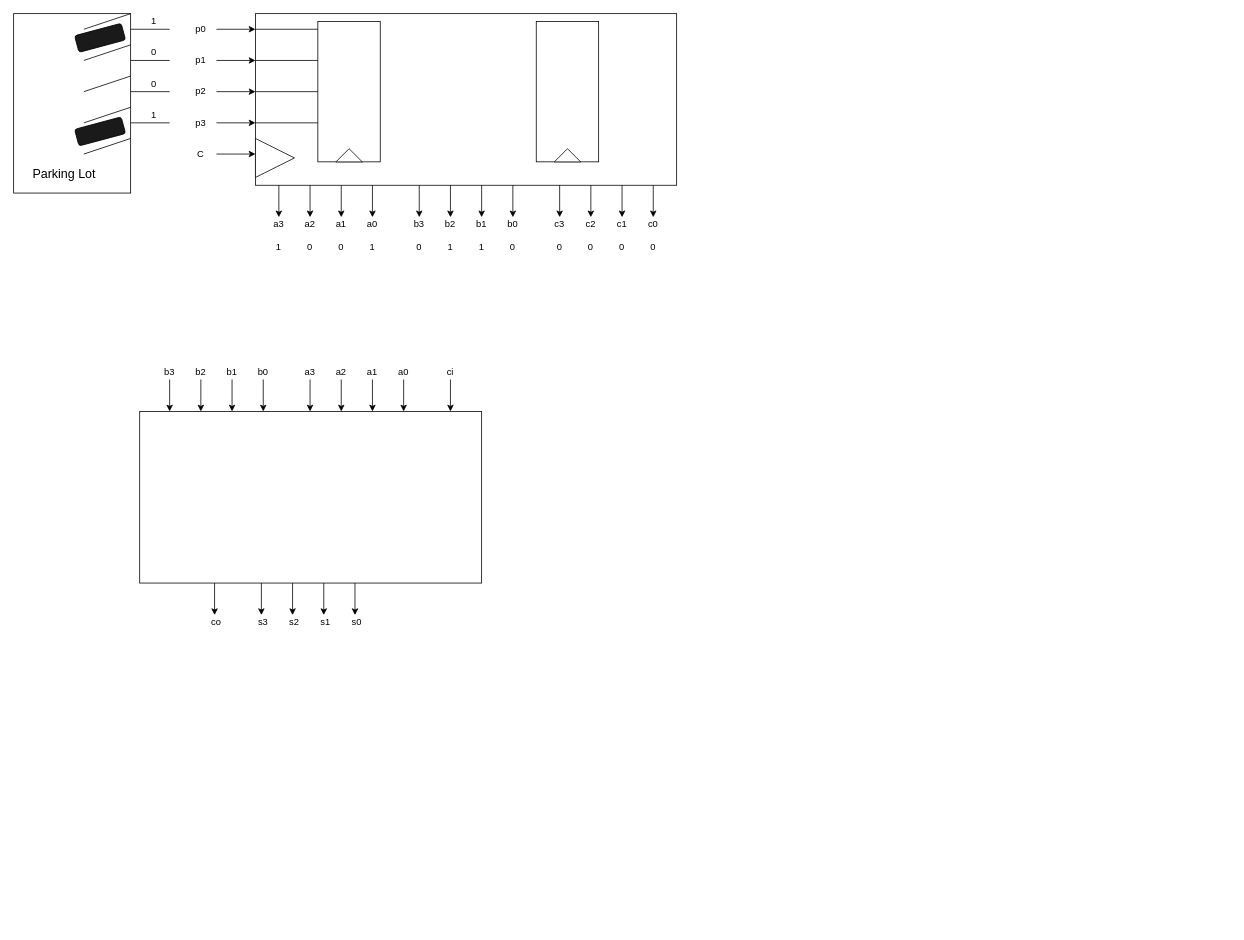
The draw.io diagram Vacancy.drawio in nokur15/nokur.icha, before the edit. Source tidied: cells renumbered, new cells numbered last; positions are measured from the earlier drawing's top-left corner, leaving out a move shared by most shapes. Both pictures are drawn from the tidied source at 78%, with x=0, y=0 at pixel (13, 13).
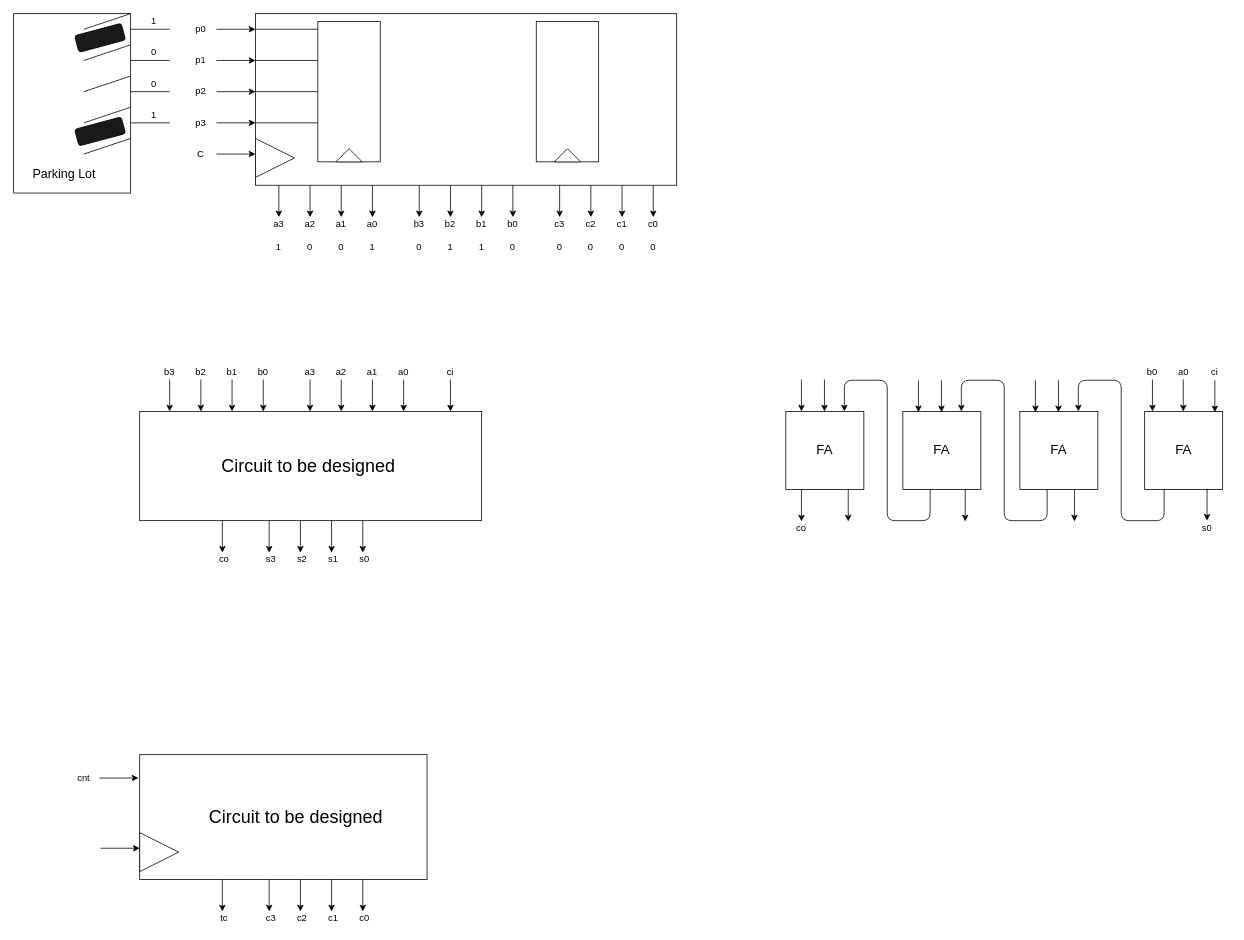
Above is the later version.

The edit, as a diff of the source:
```diff
@@
     <mxCell id="75" style="rounded=0;whiteSpace=wrap;html=1;" parent="1" vertex="1">
-      <mxGeometry x="161.6" y="510" width="438.4" height="220" as="geometry" />
+      <mxGeometry x="161.6" y="510" width="438.4" height="140" as="geometry" />
     </mxCell>
@@
     <mxCell id="85" style="endArrow=classic;html=1;exitX=0.038;exitY=0.997;exitDx=0;exitDy=0;exitPerimeter=0;" parent="1" edge="1">
       <mxGeometry relative="1" as="geometry">
-        <mxPoint x="257.6" y="730" as="sourcePoint" />
-        <mxPoint x="257.6" y="771" as="targetPoint" />
+        <mxPoint x="267.6" y="650" as="sourcePoint" />
+        <mxPoint x="267.6" y="691" as="targetPoint" />
       </mxGeometry>
     </mxCell>
     <mxCell id="86" style="endArrow=classic;html=1;exitX=0.038;exitY=0.997;exitDx=0;exitDy=0;exitPerimeter=0;" parent="1" edge="1">
       <mxGeometry relative="1" as="geometry">
-        <mxPoint x="317.6" y="730" as="sourcePoint" />
-        <mxPoint x="317.6" y="771" as="targetPoint" />
+        <mxPoint x="327.6" y="650" as="sourcePoint" />
+        <mxPoint x="327.6" y="691" as="targetPoint" />
       </mxGeometry>
     </mxCell>
     <mxCell id="87" style="endArrow=classic;html=1;exitX=0.038;exitY=0.997;exitDx=0;exitDy=0;exitPerimeter=0;" parent="1" edge="1">
       <mxGeometry relative="1" as="geometry">
-        <mxPoint x="357.6" y="730" as="sourcePoint" />
-        <mxPoint x="357.6" y="771" as="targetPoint" />
+        <mxPoint x="367.6" y="650" as="sourcePoint" />
+        <mxPoint x="367.6" y="691" as="targetPoint" />
       </mxGeometry>
     </mxCell>
     <mxCell id="88" style="endArrow=classic;html=1;exitX=0.038;exitY=0.997;exitDx=0;exitDy=0;exitPerimeter=0;" parent="1" edge="1">
       <mxGeometry relative="1" as="geometry">
-        <mxPoint x="397.6" y="730" as="sourcePoint" />
-        <mxPoint x="397.6" y="771" as="targetPoint" />
+        <mxPoint x="407.6" y="650" as="sourcePoint" />
+        <mxPoint x="407.6" y="691" as="targetPoint" />
       </mxGeometry>
     </mxCell>
     <mxCell id="89" style="endArrow=classic;html=1;exitX=0.038;exitY=0.997;exitDx=0;exitDy=0;exitPerimeter=0;" parent="1" edge="1">
       <mxGeometry relative="1" as="geometry">
-        <mxPoint x="437.6" y="730" as="sourcePoint" />
-        <mxPoint x="437.6" y="771" as="targetPoint" />
+        <mxPoint x="447.6" y="650" as="sourcePoint" />
+        <mxPoint x="447.6" y="691" as="targetPoint" />
       </mxGeometry>
     </mxCell>
@@
     <mxCell id="99" value="co" style="text;html=1;strokeColor=none;fillColor=none;align=center;verticalAlign=middle;whiteSpace=wrap;rounded=0;" parent="1" vertex="1">
-      <mxGeometry x="240" y="770" width="40" height="20" as="geometry" />
+      <mxGeometry x="250" y="690" width="40" height="20" as="geometry" />
     </mxCell>
     <mxCell id="100" value="s3" style="text;html=1;strokeColor=none;fillColor=none;align=center;verticalAlign=middle;whiteSpace=wrap;rounded=0;" parent="1" vertex="1">
-      <mxGeometry x="300" y="770" width="40" height="20" as="geometry" />
+      <mxGeometry x="310" y="690" width="40" height="20" as="geometry" />
     </mxCell>
     <mxCell id="101" value="s2" style="text;html=1;strokeColor=none;fillColor=none;align=center;verticalAlign=middle;whiteSpace=wrap;rounded=0;" parent="1" vertex="1">
-      <mxGeometry x="340" y="770" width="40" height="20" as="geometry" />
+      <mxGeometry x="350" y="690" width="40" height="20" as="geometry" />
     </mxCell>
     <mxCell id="102" value="s1" style="text;html=1;strokeColor=none;fillColor=none;align=center;verticalAlign=middle;whiteSpace=wrap;rounded=0;" parent="1" vertex="1">
-      <mxGeometry x="380" y="770" width="40" height="20" as="geometry" />
+      <mxGeometry x="390" y="690" width="40" height="20" as="geometry" />
     </mxCell>
     <mxCell id="103" value="s0" style="text;html=1;strokeColor=none;fillColor=none;align=center;verticalAlign=middle;whiteSpace=wrap;rounded=0;" parent="1" vertex="1">
-      <mxGeometry x="420" y="770" width="40" height="20" as="geometry" />
+      <mxGeometry x="430" y="690" width="40" height="20" as="geometry" />
     </mxCell>
+    <mxCell id="104" value="&lt;font style=&quot;font-size: 23px&quot;&gt;Circuit to be designed&lt;/font&gt;" style="text;html=1;strokeColor=none;fillColor=none;align=center;verticalAlign=middle;whiteSpace=wrap;rounded=0;" parent="1" vertex="1">
+      <mxGeometry x="240" y="520" width="276" height="120" as="geometry" />
+    </mxCell>
+    <mxCell id="105" style="whiteSpace=wrap;html=1;strokeColor=#000000;fillColor=#ffffff;" parent="1" vertex="1">
+      <mxGeometry x="990" y="510" width="100" height="100" as="geometry" />
+    </mxCell>
+    <mxCell id="106" style="whiteSpace=wrap;html=1;strokeColor=#000000;fillColor=#ffffff;" parent="1" vertex="1">
+      <mxGeometry x="1140" y="510" width="100" height="100" as="geometry" />
+    </mxCell>
+    <mxCell id="107" style="whiteSpace=wrap;html=1;strokeColor=#000000;fillColor=#ffffff;" parent="1" vertex="1">
+      <mxGeometry x="1290" y="510" width="100" height="100" as="geometry" />
+    </mxCell>
+    <mxCell id="108" style="whiteSpace=wrap;html=1;strokeColor=#000000;fillColor=#ffffff;" parent="1" vertex="1">
+      <mxGeometry x="1450" y="510" width="100" height="100" as="geometry" />
+    </mxCell>
+    <mxCell id="109" style="endArrow=classic;html=1;exitX=0.038;exitY=0.997;exitDx=0;exitDy=0;exitPerimeter=0;" parent="1" edge="1">
+      <mxGeometry relative="1" as="geometry">
+        <mxPoint x="1010" y="469" as="sourcePoint" />
+        <mxPoint x="1010" y="510" as="targetPoint" />
+      </mxGeometry>
+    </mxCell>
+    <mxCell id="110" style="endArrow=classic;html=1;exitX=0.038;exitY=0.997;exitDx=0;exitDy=0;exitPerimeter=0;" parent="1" edge="1">
+      <mxGeometry relative="1" as="geometry">
+        <mxPoint x="1039.5" y="469" as="sourcePoint" />
+        <mxPoint x="1039.5" y="510" as="targetPoint" />
+      </mxGeometry>
+    </mxCell>
+    <mxCell id="111" style="endArrow=classic;html=1;exitX=0.038;exitY=0.997;exitDx=0;exitDy=0;exitPerimeter=0;" parent="1" edge="1">
+      <mxGeometry relative="1" as="geometry">
+        <mxPoint x="1160" y="470" as="sourcePoint" />
+        <mxPoint x="1160" y="511" as="targetPoint" />
+      </mxGeometry>
+    </mxCell>
+    <mxCell id="112" style="endArrow=classic;html=1;exitX=0.038;exitY=0.997;exitDx=0;exitDy=0;exitPerimeter=0;" parent="1" edge="1">
+      <mxGeometry relative="1" as="geometry">
+        <mxPoint x="1189.5" y="470" as="sourcePoint" />
+        <mxPoint x="1189.5" y="511" as="targetPoint" />
+      </mxGeometry>
+    </mxCell>
+    <mxCell id="113" style="endArrow=classic;html=1;exitX=0.038;exitY=0.997;exitDx=0;exitDy=0;exitPerimeter=0;" parent="1" edge="1">
+      <mxGeometry relative="1" as="geometry">
+        <mxPoint x="1310" y="470" as="sourcePoint" />
+        <mxPoint x="1310" y="511" as="targetPoint" />
+      </mxGeometry>
+    </mxCell>
+    <mxCell id="114" style="endArrow=classic;html=1;exitX=0.038;exitY=0.997;exitDx=0;exitDy=0;exitPerimeter=0;" parent="1" edge="1">
+      <mxGeometry relative="1" as="geometry">
+        <mxPoint x="1339.5" y="470" as="sourcePoint" />
+        <mxPoint x="1339.5" y="511" as="targetPoint" />
+      </mxGeometry>
+    </mxCell>
+    <mxCell id="115" style="endArrow=classic;html=1;exitX=0.038;exitY=0.997;exitDx=0;exitDy=0;exitPerimeter=0;" parent="1" edge="1">
+      <mxGeometry relative="1" as="geometry">
+        <mxPoint x="1460" y="469" as="sourcePoint" />
+        <mxPoint x="1460" y="510" as="targetPoint" />
+      </mxGeometry>
+    </mxCell>
+    <mxCell id="116" style="endArrow=classic;html=1;exitX=0.038;exitY=0.997;exitDx=0;exitDy=0;exitPerimeter=0;" parent="1" edge="1">
+      <mxGeometry relative="1" as="geometry">
+        <mxPoint x="1499.5" y="469" as="sourcePoint" />
+        <mxPoint x="1499.5" y="510" as="targetPoint" />
+      </mxGeometry>
+    </mxCell>
+    <mxCell id="117" style="endArrow=classic;html=1;exitX=0.038;exitY=0.997;exitDx=0;exitDy=0;exitPerimeter=0;" parent="1" edge="1">
+      <mxGeometry relative="1" as="geometry">
+        <mxPoint x="1540" y="470" as="sourcePoint" />
+        <mxPoint x="1540" y="511" as="targetPoint" />
+      </mxGeometry>
+    </mxCell>
+    <mxCell id="118" style="endArrow=classic;html=1;exitX=0.038;exitY=0.997;exitDx=0;exitDy=0;exitPerimeter=0;" parent="1" edge="1">
+      <mxGeometry relative="1" as="geometry">
+        <mxPoint x="1530" y="609" as="sourcePoint" />
+        <mxPoint x="1530" y="650" as="targetPoint" />
+      </mxGeometry>
+    </mxCell>
+    <mxCell id="119" style="endArrow=classic;html=1;exitX=0.038;exitY=0.997;exitDx=0;exitDy=0;exitPerimeter=0;" parent="1" edge="1">
+      <mxGeometry relative="1" as="geometry">
+        <mxPoint x="1360" y="610" as="sourcePoint" />
+        <mxPoint x="1360" y="651" as="targetPoint" />
+      </mxGeometry>
+    </mxCell>
+    <mxCell id="120" style="endArrow=classic;html=1;exitX=0.038;exitY=0.997;exitDx=0;exitDy=0;exitPerimeter=0;" parent="1" edge="1">
+      <mxGeometry relative="1" as="geometry">
+        <mxPoint x="1220" y="610" as="sourcePoint" />
+        <mxPoint x="1220" y="651" as="targetPoint" />
+      </mxGeometry>
+    </mxCell>
+    <mxCell id="121" style="endArrow=classic;html=1;exitX=0.038;exitY=0.997;exitDx=0;exitDy=0;exitPerimeter=0;" parent="1" edge="1">
+      <mxGeometry relative="1" as="geometry">
+        <mxPoint x="1070" y="610" as="sourcePoint" />
+        <mxPoint x="1070" y="651" as="targetPoint" />
+      </mxGeometry>
+    </mxCell>
+    <mxCell id="122" style="endArrow=classic;html=1;exitX=0.038;exitY=0.997;exitDx=0;exitDy=0;exitPerimeter=0;" parent="1" edge="1">
+      <mxGeometry relative="1" as="geometry">
+        <mxPoint x="1010" y="610" as="sourcePoint" />
+        <mxPoint x="1010" y="651" as="targetPoint" />
+      </mxGeometry>
+    </mxCell>
+    <mxCell id="123" value="&lt;font style=&quot;font-size: 17px&quot;&gt;FA&lt;/font&gt;" style="text;html=1;strokeColor=none;fillColor=none;align=center;verticalAlign=middle;whiteSpace=wrap;rounded=0;" parent="1" vertex="1">
+      <mxGeometry x="1015" y="545" width="50" height="30" as="geometry" />
+    </mxCell>
+    <mxCell id="124" value="&lt;font style=&quot;font-size: 17px&quot;&gt;FA&lt;/font&gt;" style="text;html=1;strokeColor=none;fillColor=none;align=center;verticalAlign=middle;whiteSpace=wrap;rounded=0;" parent="1" vertex="1">
+      <mxGeometry x="1165" y="545" width="50" height="30" as="geometry" />
+    </mxCell>
+    <mxCell id="125" value="&lt;font style=&quot;font-size: 17px&quot;&gt;FA&lt;/font&gt;" style="text;html=1;strokeColor=none;fillColor=none;align=center;verticalAlign=middle;whiteSpace=wrap;rounded=0;" parent="1" vertex="1">
+      <mxGeometry x="1315" y="545" width="50" height="30" as="geometry" />
+    </mxCell>
+    <mxCell id="126" value="&lt;font style=&quot;font-size: 17px&quot;&gt;FA&lt;/font&gt;" style="text;html=1;strokeColor=none;fillColor=none;align=center;verticalAlign=middle;whiteSpace=wrap;rounded=0;" parent="1" vertex="1">
+      <mxGeometry x="1475" y="545" width="50" height="30" as="geometry" />
+    </mxCell>
+    <mxCell id="127" value="b0" style="text;html=1;strokeColor=none;fillColor=none;align=center;verticalAlign=middle;whiteSpace=wrap;rounded=0;" parent="1" vertex="1">
+      <mxGeometry x="1440" y="450" width="40" height="20" as="geometry" />
+    </mxCell>
+    <mxCell id="128" value="a0" style="text;html=1;strokeColor=none;fillColor=none;align=center;verticalAlign=middle;whiteSpace=wrap;rounded=0;" parent="1" vertex="1">
+      <mxGeometry x="1480" y="450" width="40" height="20" as="geometry" />
+    </mxCell>
+    <mxCell id="129" value="ci" style="text;html=1;strokeColor=none;fillColor=none;align=center;verticalAlign=middle;whiteSpace=wrap;rounded=0;" parent="1" vertex="1">
+      <mxGeometry x="1520" y="450" width="40" height="20" as="geometry" />
+    </mxCell>
+    <mxCell id="130" value="s0" style="text;html=1;strokeColor=none;fillColor=none;align=center;verticalAlign=middle;whiteSpace=wrap;rounded=0;" parent="1" vertex="1">
+      <mxGeometry x="1510" y="650" width="40" height="20" as="geometry" />
+    </mxCell>
+    <mxCell id="131" value="co" style="text;html=1;strokeColor=none;fillColor=none;align=center;verticalAlign=middle;whiteSpace=wrap;rounded=0;" parent="1" vertex="1">
+      <mxGeometry x="990" y="650" width="40" height="20" as="geometry" />
+    </mxCell>
+    <mxCell id="132" style="endArrow=classic;html=1;exitX=0.25;exitY=1;exitDx=0;exitDy=0;entryX=0.75;entryY=0;entryDx=0;entryDy=0;" parent="1" edge="1" source="108" target="107">
+      <mxGeometry relative="1" as="geometry">
+        <Array as="points">
+          <mxPoint x="1475" y="650" />
+          <mxPoint x="1420" y="650" />
+          <mxPoint x="1420" y="470" />
+          <mxPoint x="1365" y="470" />
+        </Array>
+      </mxGeometry>
+    </mxCell>
+    <mxCell id="133" style="endArrow=classic;html=1;exitX=0.25;exitY=1;exitDx=0;exitDy=0;entryX=0.75;entryY=0;entryDx=0;entryDy=0;" parent="1" edge="1">
+      <mxGeometry relative="1" as="geometry">
+        <mxPoint x="1325" y="610" as="sourcePoint" />
+        <mxPoint x="1215" y="510" as="targetPoint" />
+        <Array as="points">
+          <mxPoint x="1325" y="650" />
+          <mxPoint x="1270" y="650" />
+          <mxPoint x="1270" y="470" />
+          <mxPoint x="1215" y="470" />
+        </Array>
+      </mxGeometry>
+    </mxCell>
+    <mxCell id="134" style="endArrow=classic;html=1;exitX=0.25;exitY=1;exitDx=0;exitDy=0;entryX=0.75;entryY=0;entryDx=0;entryDy=0;" parent="1" edge="1">
+      <mxGeometry relative="1" as="geometry">
+        <mxPoint x="1175" y="610" as="sourcePoint" />
+        <mxPoint x="1065" y="510" as="targetPoint" />
+        <Array as="points">
+          <mxPoint x="1175" y="650" />
+          <mxPoint x="1120" y="650" />
+          <mxPoint x="1120" y="470" />
+          <mxPoint x="1065" y="470" />
+        </Array>
+      </mxGeometry>
+    </mxCell>
+    <mxCell id="135" style="rounded=0;whiteSpace=wrap;html=1;" parent="1" vertex="1">
+      <mxGeometry x="161.6" y="950" width="368.4" height="160" as="geometry" />
+    </mxCell>
+    <mxCell id="136" style="endArrow=classic;html=1;" parent="1" edge="1">
+      <mxGeometry relative="1" as="geometry">
+        <mxPoint x="111.6" y="1070" as="sourcePoint" />
+        <mxPoint x="161.6" y="1070" as="targetPoint" />
+      </mxGeometry>
+    </mxCell>
+    <mxCell id="137" style="triangle;whiteSpace=wrap;html=1;strokeColor=#000000;fillColor=#ffffff;" parent="1" vertex="1">
+      <mxGeometry x="161.6" y="1050" width="50" height="50" as="geometry" />
+    </mxCell>
+    <mxCell id="138" value="cnt" style="text;html=1;strokeColor=none;fillColor=none;align=center;verticalAlign=middle;whiteSpace=wrap;rounded=0;" parent="1" vertex="1">
+      <mxGeometry x="70" y="970" width="40" height="20" as="geometry" />
+    </mxCell>
+    <mxCell id="139" style="endArrow=classic;html=1;" parent="1" edge="1">
+      <mxGeometry relative="1" as="geometry">
+        <mxPoint x="110" y="980" as="sourcePoint" />
+        <mxPoint x="160" y="980" as="targetPoint" />
+      </mxGeometry>
+    </mxCell>
+    <mxCell id="140" value="&lt;font style=&quot;font-size: 23px&quot;&gt;Circuit to be designed&lt;/font&gt;" style="text;html=1;strokeColor=none;fillColor=none;align=center;verticalAlign=middle;whiteSpace=wrap;rounded=0;" parent="1" vertex="1">
+      <mxGeometry x="224" y="970" width="276" height="120" as="geometry" />
+    </mxCell>
+    <mxCell id="141" style="endArrow=classic;html=1;exitX=0.038;exitY=0.997;exitDx=0;exitDy=0;exitPerimeter=0;" parent="1" edge="1">
+      <mxGeometry relative="1" as="geometry">
+        <mxPoint x="267.6" y="1110" as="sourcePoint" />
+        <mxPoint x="267.6" y="1151" as="targetPoint" />
+      </mxGeometry>
+    </mxCell>
+    <mxCell id="142" style="endArrow=classic;html=1;exitX=0.038;exitY=0.997;exitDx=0;exitDy=0;exitPerimeter=0;" parent="1" edge="1">
+      <mxGeometry relative="1" as="geometry">
+        <mxPoint x="327.6" y="1110" as="sourcePoint" />
+        <mxPoint x="327.6" y="1151" as="targetPoint" />
+      </mxGeometry>
+    </mxCell>
+    <mxCell id="143" style="endArrow=classic;html=1;exitX=0.038;exitY=0.997;exitDx=0;exitDy=0;exitPerimeter=0;" parent="1" edge="1">
+      <mxGeometry relative="1" as="geometry">
+        <mxPoint x="367.6" y="1110" as="sourcePoint" />
+        <mxPoint x="367.6" y="1151" as="targetPoint" />
+      </mxGeometry>
+    </mxCell>
+    <mxCell id="144" style="endArrow=classic;html=1;exitX=0.038;exitY=0.997;exitDx=0;exitDy=0;exitPerimeter=0;" parent="1" edge="1">
+      <mxGeometry relative="1" as="geometry">
+        <mxPoint x="407.6" y="1110" as="sourcePoint" />
+        <mxPoint x="407.6" y="1151" as="targetPoint" />
+      </mxGeometry>
+    </mxCell>
+    <mxCell id="145" style="endArrow=classic;html=1;exitX=0.038;exitY=0.997;exitDx=0;exitDy=0;exitPerimeter=0;" parent="1" edge="1">
+      <mxGeometry relative="1" as="geometry">
+        <mxPoint x="447.6" y="1110" as="sourcePoint" />
+        <mxPoint x="447.6" y="1151" as="targetPoint" />
+      </mxGeometry>
+    </mxCell>
+    <mxCell id="146" value="tc" style="text;html=1;strokeColor=none;fillColor=none;align=center;verticalAlign=middle;whiteSpace=wrap;rounded=0;" parent="1" vertex="1">
+      <mxGeometry x="250" y="1150" width="40" height="20" as="geometry" />
+    </mxCell>
+    <mxCell id="147" value="c3" style="text;html=1;strokeColor=none;fillColor=none;align=center;verticalAlign=middle;whiteSpace=wrap;rounded=0;" parent="1" vertex="1">
+      <mxGeometry x="310" y="1150" width="40" height="20" as="geometry" />
+    </mxCell>
+    <mxCell id="148" value="c2" style="text;html=1;strokeColor=none;fillColor=none;align=center;verticalAlign=middle;whiteSpace=wrap;rounded=0;" parent="1" vertex="1">
+      <mxGeometry x="350" y="1150" width="40" height="20" as="geometry" />
+    </mxCell>
+    <mxCell id="149" value="c1" style="text;html=1;strokeColor=none;fillColor=none;align=center;verticalAlign=middle;whiteSpace=wrap;rounded=0;" parent="1" vertex="1">
+      <mxGeometry x="390" y="1150" width="40" height="20" as="geometry" />
+    </mxCell>
+    <mxCell id="150" value="c0" style="text;html=1;strokeColor=none;fillColor=none;align=center;verticalAlign=middle;whiteSpace=wrap;rounded=0;" parent="1" vertex="1">
+      <mxGeometry x="430" y="1150" width="40" height="20" as="geometry" />
+    </mxCell>
```
